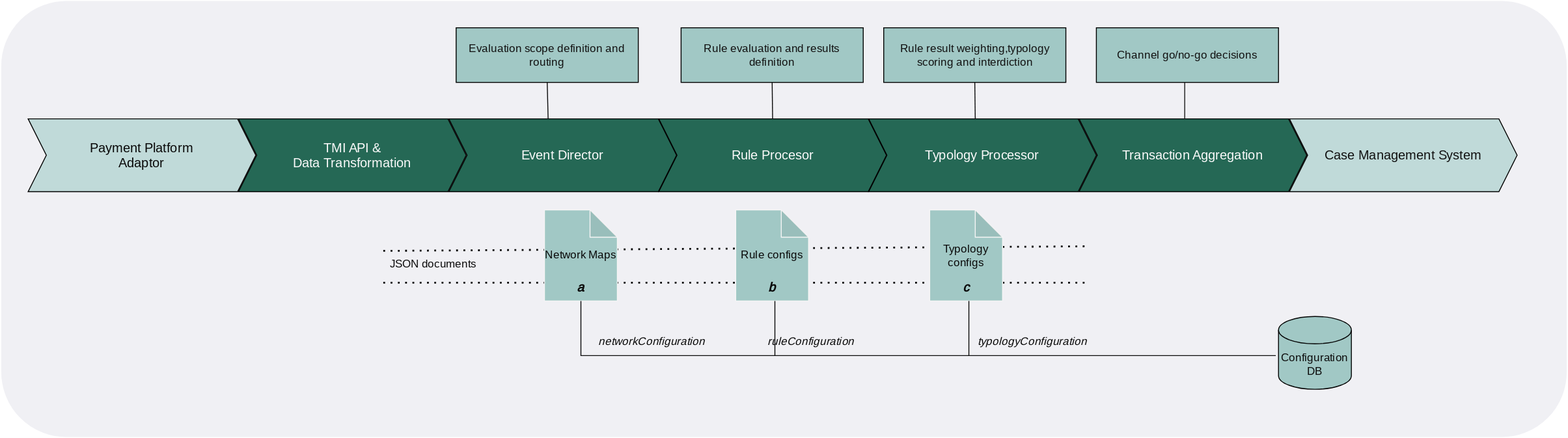
Above: images/tazama-core-components-config.drawio.svg in tazama-lf/docs (draw.io), before the change. Source tidied: cells renumbered, new cells last; positions are measured from the earlier drawing's top-left corner, leaving out a move shared by most shapes. Source of this version:
```xml
<mxGraphModel>
  <root>
    <mxCell id="0" />
    <mxCell id="1" parent="0" />
    <mxCell id="2" style="rounded=1;whiteSpace=wrap;html=1;strokeColor=#ffffff;fontFamily=Open Sans;fillColor=#f0f0f4;fontSource=https%3A%2F%2Ffonts.googleapis.com%2Fcss%3Ffamily%3DOpen%2BSans;" parent="1" vertex="1">
      <mxGeometry width="1720" height="480" as="geometry" />
    </mxCell>
    <mxCell id="3" style="endArrow=none;dashed=1;html=1;dashPattern=1 3;strokeWidth=2;rounded=0;exitX=0;exitY=0;exitDx=0;exitDy=0;fontFamily=Open Sans;fontColor=#0a0a0a;strokeColor=#050505;fontSource=https%3A%2F%2Ffonts.googleapis.com%2Fcss%3Ffamily%3DOpen%2BSans;" parent="1" edge="1" source="23">
      <mxGeometry relative="1" as="geometry">
        <mxPoint x="1190" y="270" as="targetPoint" />
      </mxGeometry>
    </mxCell>
    <mxCell id="4" style="endArrow=none;dashed=1;html=1;dashPattern=1 3;strokeWidth=2;rounded=0;fontFamily=Open Sans;fontColor=#0a0a0a;strokeColor=#050505;fontSource=https%3A%2F%2Ffonts.googleapis.com%2Fcss%3Ffamily%3DOpen%2BSans;" parent="1" edge="1">
      <mxGeometry relative="1" as="geometry">
        <mxPoint x="420" y="310" as="sourcePoint" />
        <mxPoint x="1190" y="310" as="targetPoint" />
      </mxGeometry>
    </mxCell>
    <mxCell id="5" value="Payment Platform&amp;nbsp;&lt;div style=&quot;font-size: 14px;&quot;&gt;Adaptor&lt;/div&gt;" style="shape=step;perimeter=stepPerimeter;whiteSpace=wrap;html=1;fixedSize=1;fillColor=#c0dad9;fontFamily=Open Sans;align=center;verticalAlign=middle;fontColor=#0a0a0a;fontSize=14;fontSource=https%3A%2F%2Ffonts.googleapis.com%2Fcss%3Ffamily%3DOpen%2BSans;" parent="1" vertex="1">
      <mxGeometry x="30" y="130" width="250" height="80" as="geometry" />
    </mxCell>
    <mxCell id="6" value="TMI API &amp;amp;&lt;div style=&quot;font-size: 14px;&quot;&gt;Data Transformation&lt;/div&gt;" style="shape=step;perimeter=stepPerimeter;whiteSpace=wrap;html=1;fixedSize=1;fillColor=#256855;fontFamily=Open Sans;align=center;verticalAlign=middle;fontColor=#fafafa;fontSize=14;fontSource=https%3A%2F%2Ffonts.googleapis.com%2Fcss%3Ffamily%3DOpen%2BSans;" parent="1" vertex="1">
      <mxGeometry x="261" y="130" width="250" height="80" as="geometry" />
    </mxCell>
    <mxCell id="7" value="Case Management System" style="shape=step;perimeter=stepPerimeter;whiteSpace=wrap;html=1;fixedSize=1;fillColor=#c0dad9;fontFamily=Open Sans;align=center;verticalAlign=middle;fontColor=#121212;fontSize=14;fontSource=https%3A%2F%2Ffonts.googleapis.com%2Fcss%3Ffamily%3DOpen%2BSans;" parent="1" vertex="1">
      <mxGeometry x="1415" y="130" width="250" height="80" as="geometry" />
    </mxCell>
    <mxCell id="8" value="Rule Procesor" style="shape=step;perimeter=stepPerimeter;whiteSpace=wrap;html=1;fixedSize=1;fillColor=#256855;fontFamily=Open Sans;align=center;verticalAlign=middle;fontColor=#fafafa;fontSize=14;fontSource=https%3A%2F%2Ffonts.googleapis.com%2Fcss%3Ffamily%3DOpen%2BSans;" parent="1" vertex="1">
      <mxGeometry x="722.5" y="130" width="250" height="80" as="geometry" />
    </mxCell>
    <mxCell id="9" value="Typology Processor" style="shape=step;perimeter=stepPerimeter;whiteSpace=wrap;html=1;fixedSize=1;fillColor=#256855;fontFamily=Open Sans;align=center;verticalAlign=middle;fontColor=#fafafa;fontSize=14;fontSource=https%3A%2F%2Ffonts.googleapis.com%2Fcss%3Ffamily%3DOpen%2BSans;" parent="1" vertex="1">
      <mxGeometry x="953" y="130" width="250" height="80" as="geometry" />
    </mxCell>
    <mxCell id="10" value="Transaction Aggregation" style="shape=step;perimeter=stepPerimeter;whiteSpace=wrap;html=1;fixedSize=1;fillColor=#256855;fontFamily=Open Sans;align=center;verticalAlign=middle;fontColor=#fafafa;fontSize=14;fontSource=https%3A%2F%2Ffonts.googleapis.com%2Fcss%3Ffamily%3DOpen%2BSans;" parent="1" vertex="1">
      <mxGeometry x="1184" y="130" width="250" height="80" as="geometry" />
    </mxCell>
    <mxCell id="11" value="Event Director" style="shape=step;perimeter=stepPerimeter;whiteSpace=wrap;html=1;fixedSize=1;fillColor=#256855;fontFamily=Open Sans;align=center;verticalAlign=middle;fontColor=#fafafa;fontSize=14;fontSource=https%3A%2F%2Ffonts.googleapis.com%2Fcss%3Ffamily%3DOpen%2BSans;" parent="1" vertex="1">
      <mxGeometry x="492" y="130" width="250" height="80" as="geometry" />
    </mxCell>
    <mxCell id="12" value="Network Maps" style="shape=note;whiteSpace=wrap;html=1;backgroundOutline=1;darkOpacity=0.05;fillColor=#a1c8c5;fontFamily=Open Sans;fontColor=#0a0a0a;strokeColor=#f5f5f5;fontSource=https%3A%2F%2Ffonts.googleapis.com%2Fcss%3Ffamily%3DOpen%2BSans;" parent="1" vertex="1">
      <mxGeometry x="597" y="230" width="80" height="100" as="geometry" />
    </mxCell>
    <mxCell id="13" value="Rule configs" style="shape=note;whiteSpace=wrap;html=1;backgroundOutline=1;darkOpacity=0.05;fillColor=#a1c8c5;fontFamily=Open Sans;fontColor=#0a0a0a;strokeColor=#f5f5f5;fontSource=https%3A%2F%2Ffonts.googleapis.com%2Fcss%3Ffamily%3DOpen%2BSans;" parent="1" vertex="1">
      <mxGeometry x="807" y="230" width="80" height="100" as="geometry" />
    </mxCell>
    <mxCell id="14" value="Typology configs" style="shape=note;whiteSpace=wrap;html=1;backgroundOutline=1;darkOpacity=0.05;fillColor=#a1c8c5;fontFamily=Open Sans;fontColor=#0a0a0a;strokeColor=#f5f5f5;fontSource=https%3A%2F%2Ffonts.googleapis.com%2Fcss%3Ffamily%3DOpen%2BSans;" parent="1" vertex="1">
      <mxGeometry x="1020" y="230" width="80" height="100" as="geometry" />
    </mxCell>
    <mxCell id="15" value="Configuration DB" style="shape=cylinder3;whiteSpace=wrap;html=1;boundedLbl=1;backgroundOutline=1;size=15;fillColor=#a1c8c5;fontFamily=Open Sans;fontColor=#0d0d0d;fontSource=https%3A%2F%2Ffonts.googleapis.com%2Fcss%3Ffamily%3DOpen%2BSans;" parent="1" vertex="1">
      <mxGeometry x="1403" y="347" width="80" height="80" as="geometry" />
    </mxCell>
    <mxCell id="16" value="&lt;font&gt;Evaluation scope definition and routing&lt;/font&gt;" style="rounded=0;whiteSpace=wrap;html=1;fillColor=#a1c8c5;fontFamily=Open Sans;fontColor=#121212;fontSource=https%3A%2F%2Ffonts.googleapis.com%2Fcss%3Ffamily%3DOpen%2BSans;" parent="1" vertex="1">
      <mxGeometry x="500" y="30" width="200" height="60" as="geometry" />
    </mxCell>
    <mxCell id="17" value="&lt;font&gt;Channel go/no-go decisions&lt;/font&gt;" style="rounded=0;whiteSpace=wrap;html=1;fillColor=#a1c8c5;fontFamily=Open Sans;fontColor=#121212;fontSource=https%3A%2F%2Ffonts.googleapis.com%2Fcss%3Ffamily%3DOpen%2BSans;" parent="1" vertex="1">
      <mxGeometry x="1203" y="30" width="200" height="60" as="geometry" />
    </mxCell>
    <mxCell id="18" value="&lt;font&gt;Rule result weighting,typology scoring and interdiction&lt;/font&gt;" style="rounded=0;whiteSpace=wrap;html=1;fillColor=#a1c8c5;fontFamily=Open Sans;fontColor=#121212;fontSource=https%3A%2F%2Ffonts.googleapis.com%2Fcss%3Ffamily%3DOpen%2BSans;" parent="1" vertex="1">
      <mxGeometry x="969.5" y="30" width="200" height="60" as="geometry" />
    </mxCell>
    <mxCell id="19" value="&lt;font&gt;Rule evaluation and results definition&lt;/font&gt;" style="rounded=0;whiteSpace=wrap;html=1;fillColor=#a1c8c5;fontFamily=Open Sans;fontColor=#121212;fontSource=https%3A%2F%2Ffonts.googleapis.com%2Fcss%3Ffamily%3DOpen%2BSans;" parent="1" vertex="1">
      <mxGeometry x="747" y="30" width="200" height="60" as="geometry" />
    </mxCell>
    <mxCell id="20" value="networkConfiguration" style="text;html=1;align=center;verticalAlign=middle;whiteSpace=wrap;rounded=0;fontFamily=Open Sans;fontStyle=2;fontColor=#0a0a0a;fontSource=https%3A%2F%2Ffonts.googleapis.com%2Fcss%3Ffamily%3DOpen%2BSans;" parent="1" vertex="1">
      <mxGeometry x="650" y="360" width="130" height="30" as="geometry" />
    </mxCell>
    <mxCell id="21" value="ruleConfiguration" style="text;html=1;align=center;verticalAlign=middle;whiteSpace=wrap;rounded=0;fontFamily=Open Sans;fontStyle=2;fontColor=#0a0a0a;fontSource=https%3A%2F%2Ffonts.googleapis.com%2Fcss%3Ffamily%3DOpen%2BSans;" parent="1" vertex="1">
      <mxGeometry x="860" y="360" width="60" height="30" as="geometry" />
    </mxCell>
    <mxCell id="22" value="typologyConfiguration" style="text;html=1;align=center;verticalAlign=middle;whiteSpace=wrap;rounded=0;fontFamily=Open Sans;fontStyle=2;fontColor=#0a0a0a;fontSource=https%3A%2F%2Ffonts.googleapis.com%2Fcss%3Ffamily%3DOpen%2BSans;" parent="1" vertex="1">
      <mxGeometry x="1063" y="360" width="140" height="30" as="geometry" />
    </mxCell>
    <mxCell id="23" value="JSON documents" style="text;html=1;align=center;verticalAlign=middle;whiteSpace=wrap;rounded=0;fontFamily=Open Sans;fontColor=#0d0c0c;fontSource=https%3A%2F%2Ffonts.googleapis.com%2Fcss%3Ffamily%3DOpen%2BSans;" parent="1" vertex="1">
      <mxGeometry x="420" y="275" width="110" height="30" as="geometry" />
    </mxCell>
    <mxCell id="24" style="endArrow=none;html=1;rounded=0;exitX=0.5;exitY=0;exitDx=0;exitDy=0;entryX=0.5;entryY=1;entryDx=0;entryDy=0;fontFamily=Open Sans;strokeColor=#0a0a0a;fontSource=https%3A%2F%2Ffonts.googleapis.com%2Fcss%3Ffamily%3DOpen%2BSans;" parent="1" edge="1" source="8" target="19">
      <mxGeometry relative="1" as="geometry" />
    </mxCell>
    <mxCell id="25" style="endArrow=none;html=1;rounded=0;exitX=0.5;exitY=0;exitDx=0;exitDy=0;entryX=0.5;entryY=1;entryDx=0;entryDy=0;fontFamily=Open Sans;strokeColor=#0a0a0a;fontSource=https%3A%2F%2Ffonts.googleapis.com%2Fcss%3Ffamily%3DOpen%2BSans;" parent="1" edge="1">
      <mxGeometry relative="1" as="geometry">
        <mxPoint x="601" y="130" as="sourcePoint" />
        <mxPoint x="600" y="90" as="targetPoint" />
      </mxGeometry>
    </mxCell>
    <mxCell id="26" style="endArrow=none;html=1;rounded=0;exitX=0.468;exitY=0;exitDx=0;exitDy=0;entryX=0.5;entryY=1;entryDx=0;entryDy=0;exitPerimeter=0;fontFamily=Open Sans;strokeColor=#0a0a0a;fontSource=https%3A%2F%2Ffonts.googleapis.com%2Fcss%3Ffamily%3DOpen%2BSans;" parent="1" edge="1" source="9" target="18">
      <mxGeometry relative="1" as="geometry" />
    </mxCell>
    <mxCell id="27" style="endArrow=none;html=1;rounded=0;exitX=0.468;exitY=0;exitDx=0;exitDy=0;entryX=0.5;entryY=1;entryDx=0;entryDy=0;exitPerimeter=0;fontFamily=Open Sans;strokeColor=#171717;fontSource=https%3A%2F%2Ffonts.googleapis.com%2Fcss%3Ffamily%3DOpen%2BSans;" parent="1" edge="1">
      <mxGeometry relative="1" as="geometry">
        <mxPoint x="1300" y="130" as="sourcePoint" />
        <mxPoint x="1300" y="90" as="targetPoint" />
      </mxGeometry>
    </mxCell>
    <mxCell id="28" style="endArrow=none;html=1;rounded=0;entryX=0.5;entryY=1;entryDx=0;entryDy=0;entryPerimeter=0;fontFamily=Open Sans;fontColor=#0a0a0a;strokeColor=#0a0a0a;fontSource=https%3A%2F%2Ffonts.googleapis.com%2Fcss%3Ffamily%3DOpen%2BSans;" parent="1" edge="1" target="12">
      <mxGeometry relative="1" as="geometry">
        <mxPoint x="850" y="390" as="sourcePoint" />
        <Array as="points">
          <mxPoint x="637" y="390" />
        </Array>
      </mxGeometry>
    </mxCell>
    <mxCell id="29" style="endArrow=none;html=1;rounded=0;fontFamily=Open Sans;fontColor=#0a0a0a;strokeColor=#0a0a0a;fontSource=https%3A%2F%2Ffonts.googleapis.com%2Fcss%3Ffamily%3DOpen%2BSans;" parent="1" edge="1">
      <mxGeometry relative="1" as="geometry">
        <mxPoint x="1400" y="390" as="sourcePoint" />
        <mxPoint x="850" y="330" as="targetPoint" />
        <Array as="points">
          <mxPoint x="850" y="390" />
        </Array>
      </mxGeometry>
    </mxCell>
    <mxCell id="30" style="endArrow=none;html=1;rounded=0;fontFamily=Open Sans;fontColor=#0a0a0a;strokeColor=#0a0a0a;fontSource=https%3A%2F%2Ffonts.googleapis.com%2Fcss%3Ffamily%3DOpen%2BSans;" parent="1" edge="1">
      <mxGeometry relative="1" as="geometry">
        <mxPoint x="1063" y="390" as="sourcePoint" />
        <mxPoint x="1063" y="330" as="targetPoint" />
      </mxGeometry>
    </mxCell>
    <mxCell id="31" value="&lt;i&gt;&lt;b&gt;&lt;font style=&quot;font-size: 14px;&quot;&gt;a&lt;/font&gt;&lt;/b&gt;&lt;/i&gt;" style="text;html=1;strokeColor=none;fillColor=none;align=center;verticalAlign=middle;whiteSpace=wrap;rounded=0;fontColor=#0a0a0a;fontFamily=Open Sans;fontSource=https%3A%2F%2Ffonts.googleapis.com%2Fcss%3Ffamily%3DOpen%2BSans;" parent="1" vertex="1">
      <mxGeometry x="607" y="300" width="60" height="30" as="geometry" />
    </mxCell>
    <mxCell id="32" value="&lt;i&gt;&lt;b&gt;&lt;font style=&quot;font-size: 14px;&quot;&gt;b&lt;/font&gt;&lt;/b&gt;&lt;/i&gt;" style="text;html=1;strokeColor=none;fillColor=none;align=center;verticalAlign=middle;whiteSpace=wrap;rounded=0;fontColor=#0a0a0a;fontFamily=Open Sans;fontSource=https%3A%2F%2Ffonts.googleapis.com%2Fcss%3Ffamily%3DOpen%2BSans;" parent="1" vertex="1">
      <mxGeometry x="817" y="300" width="60" height="30" as="geometry" />
    </mxCell>
    <mxCell id="33" value="&lt;i&gt;&lt;b&gt;&lt;font style=&quot;font-size: 14px;&quot;&gt;c&lt;/font&gt;&lt;/b&gt;&lt;/i&gt;" style="text;html=1;strokeColor=none;fillColor=none;align=center;verticalAlign=middle;whiteSpace=wrap;rounded=0;fontColor=#0a0a0a;fontFamily=Open Sans;fontSource=https%3A%2F%2Ffonts.googleapis.com%2Fcss%3Ffamily%3DOpen%2BSans;" parent="1" vertex="1">
      <mxGeometry x="1030" y="300" width="60" height="30" as="geometry" />
    </mxCell>
  </root>
</mxGraphModel>
```
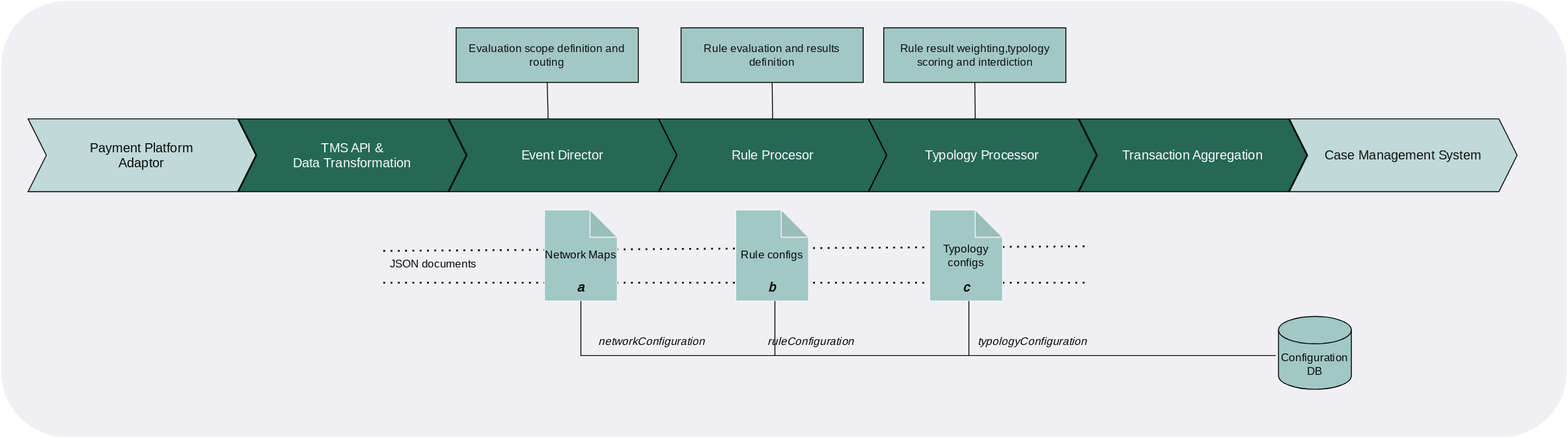
After the commit.

Commit message:
docs: core compoents config image update

Diff of the diagram source:
```diff
@@ -19,7 +19,7 @@
     <mxCell id="5" value="Payment Platform&amp;nbsp;&lt;div style=&quot;font-size: 14px;&quot;&gt;Adaptor&lt;/div&gt;" style="shape=step;perimeter=stepPerimeter;whiteSpace=wrap;html=1;fixedSize=1;fillColor=#c0dad9;fontFamily=Open Sans;align=center;verticalAlign=middle;fontColor=#0a0a0a;fontSize=14;fontSource=https%3A%2F%2Ffonts.googleapis.com%2Fcss%3Ffamily%3DOpen%2BSans;" parent="1" vertex="1">
       <mxGeometry x="30" y="130" width="250" height="80" as="geometry" />
     </mxCell>
-    <mxCell id="6" value="TMI API &amp;amp;&lt;div style=&quot;font-size: 14px;&quot;&gt;Data Transformation&lt;/div&gt;" style="shape=step;perimeter=stepPerimeter;whiteSpace=wrap;html=1;fixedSize=1;fillColor=#256855;fontFamily=Open Sans;align=center;verticalAlign=middle;fontColor=#fafafa;fontSize=14;fontSource=https%3A%2F%2Ffonts.googleapis.com%2Fcss%3Ffamily%3DOpen%2BSans;" parent="1" vertex="1">
+    <mxCell id="6" value="TMS API &amp;amp;&lt;div style=&quot;font-size: 14px;&quot;&gt;Data Transformation&lt;/div&gt;" style="shape=step;perimeter=stepPerimeter;whiteSpace=wrap;html=1;fixedSize=1;fillColor=#256855;fontFamily=Open Sans;align=center;verticalAlign=middle;fontColor=#fafafa;fontSize=14;fontSource=https%3A%2F%2Ffonts.googleapis.com%2Fcss%3Ffamily%3DOpen%2BSans;" parent="1" vertex="1">
       <mxGeometry x="261" y="130" width="250" height="80" as="geometry" />
     </mxCell>
     <mxCell id="7" value="Case Management System" style="shape=step;perimeter=stepPerimeter;whiteSpace=wrap;html=1;fixedSize=1;fillColor=#c0dad9;fontFamily=Open Sans;align=center;verticalAlign=middle;fontColor=#121212;fontSize=14;fontSource=https%3A%2F%2Ffonts.googleapis.com%2Fcss%3Ffamily%3DOpen%2BSans;" parent="1" vertex="1">
@@ -52,9 +52,6 @@
     <mxCell id="16" value="&lt;font&gt;Evaluation scope definition and routing&lt;/font&gt;" style="rounded=0;whiteSpace=wrap;html=1;fillColor=#a1c8c5;fontFamily=Open Sans;fontColor=#121212;fontSource=https%3A%2F%2Ffonts.googleapis.com%2Fcss%3Ffamily%3DOpen%2BSans;" parent="1" vertex="1">
       <mxGeometry x="500" y="30" width="200" height="60" as="geometry" />
     </mxCell>
-    <mxCell id="17" value="&lt;font&gt;Channel go/no-go decisions&lt;/font&gt;" style="rounded=0;whiteSpace=wrap;html=1;fillColor=#a1c8c5;fontFamily=Open Sans;fontColor=#121212;fontSource=https%3A%2F%2Ffonts.googleapis.com%2Fcss%3Ffamily%3DOpen%2BSans;" parent="1" vertex="1">
-      <mxGeometry x="1203" y="30" width="200" height="60" as="geometry" />
-    </mxCell>
     <mxCell id="18" value="&lt;font&gt;Rule result weighting,typology scoring and interdiction&lt;/font&gt;" style="rounded=0;whiteSpace=wrap;html=1;fillColor=#a1c8c5;fontFamily=Open Sans;fontColor=#121212;fontSource=https%3A%2F%2Ffonts.googleapis.com%2Fcss%3Ffamily%3DOpen%2BSans;" parent="1" vertex="1">
       <mxGeometry x="969.5" y="30" width="200" height="60" as="geometry" />
     </mxCell>
@@ -85,12 +82,6 @@
     <mxCell id="26" style="endArrow=none;html=1;rounded=0;exitX=0.468;exitY=0;exitDx=0;exitDy=0;entryX=0.5;entryY=1;entryDx=0;entryDy=0;exitPerimeter=0;fontFamily=Open Sans;strokeColor=#0a0a0a;fontSource=https%3A%2F%2Ffonts.googleapis.com%2Fcss%3Ffamily%3DOpen%2BSans;" parent="1" edge="1" source="9" target="18">
       <mxGeometry relative="1" as="geometry" />
     </mxCell>
-    <mxCell id="27" style="endArrow=none;html=1;rounded=0;exitX=0.468;exitY=0;exitDx=0;exitDy=0;entryX=0.5;entryY=1;entryDx=0;entryDy=0;exitPerimeter=0;fontFamily=Open Sans;strokeColor=#171717;fontSource=https%3A%2F%2Ffonts.googleapis.com%2Fcss%3Ffamily%3DOpen%2BSans;" parent="1" edge="1">
-      <mxGeometry relative="1" as="geometry">
-        <mxPoint x="1300" y="130" as="sourcePoint" />
-        <mxPoint x="1300" y="90" as="targetPoint" />
-      </mxGeometry>
-    </mxCell>
     <mxCell id="28" style="endArrow=none;html=1;rounded=0;entryX=0.5;entryY=1;entryDx=0;entryDy=0;entryPerimeter=0;fontFamily=Open Sans;fontColor=#0a0a0a;strokeColor=#0a0a0a;fontSource=https%3A%2F%2Ffonts.googleapis.com%2Fcss%3Ffamily%3DOpen%2BSans;" parent="1" edge="1" target="12">
       <mxGeometry relative="1" as="geometry">
         <mxPoint x="850" y="390" as="sourcePoint" />
```
